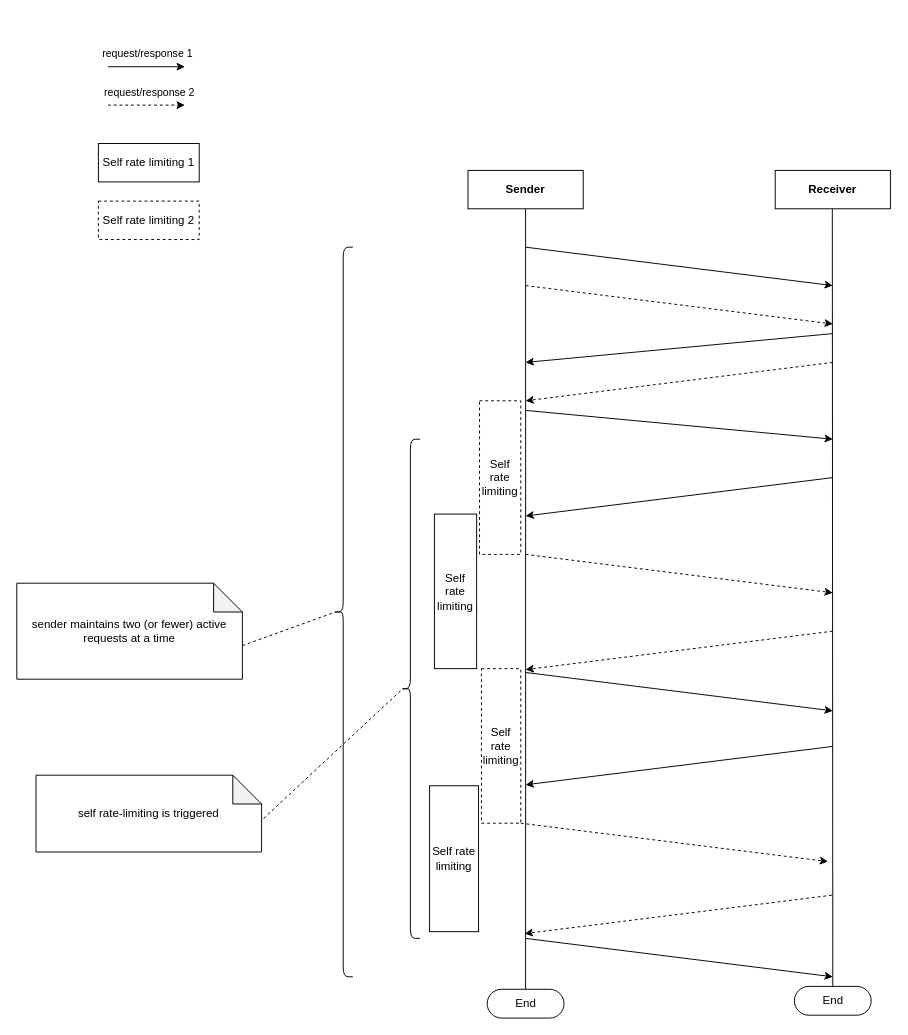
Earlier version of the draw.io diagram lighthouse/pr/pr_5923.drawio (ackintosh/sandbox). Source tidied: cells renumbered, new cells numbered last; positions are measured from the earlier drawing's top-left corner, leaving out a move shared by most shapes. Both pictures are drawn from the tidied source at 96%, with x=0, y=0 at pixel (16, 66).
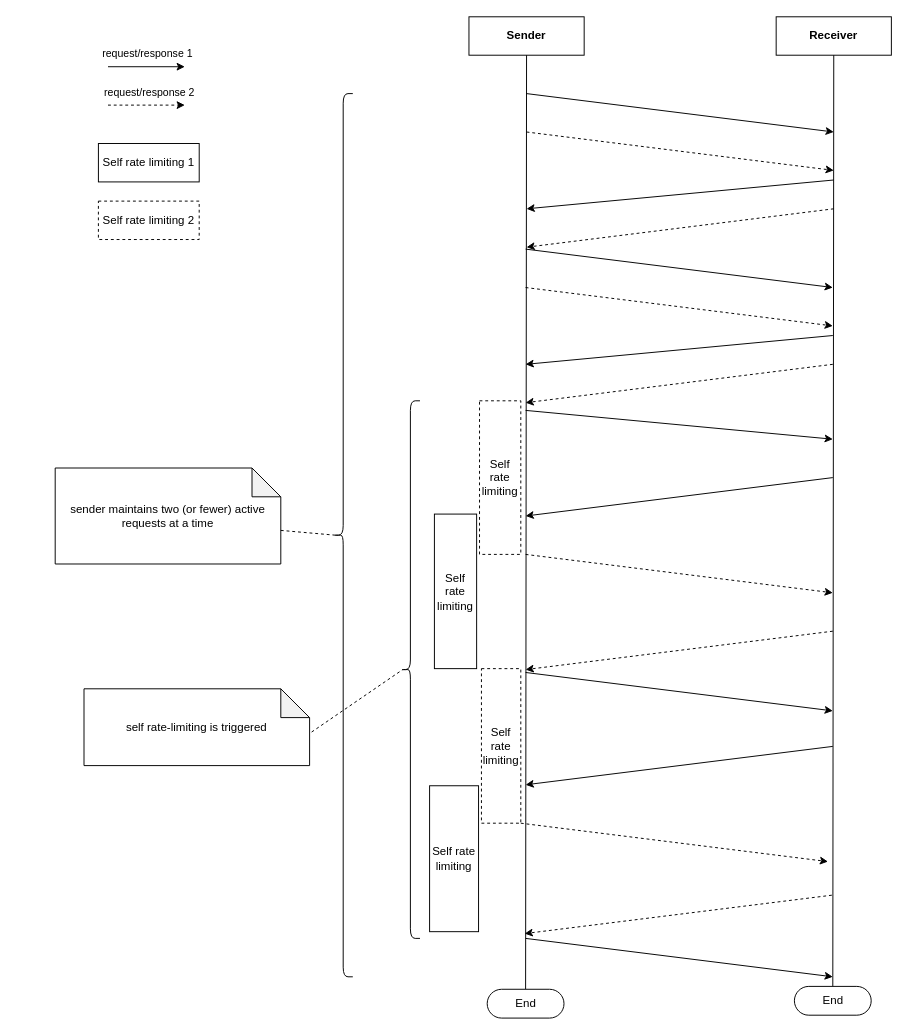
The same diagram, later.

The change refers to these unchanged cells:
```xml
<mxCell id="8" value="End" style="html=1;dashed=0;whitespace=wrap;shape=mxgraph.dfd.start;" parent="1" vertex="1">
  <mxGeometry x="810" y="958" width="80" height="30" as="geometry" />
</mxCell>
```

Diff of the diagram source:
```diff
@@
     <mxCell id="2" value="Sender" style="rounded=0;whiteSpace=wrap;html=1;fontStyle=1;" parent="1" vertex="1">
-      <mxGeometry x="470" y="108" width="120" height="40" as="geometry" />
+      <mxGeometry x="471" y="-52" width="120" height="40" as="geometry" />
     </mxCell>
     <mxCell id="3" value="Receiver" style="rounded=0;whiteSpace=wrap;html=1;fontStyle=1;" parent="1" vertex="1">
-      <mxGeometry x="790" y="108" width="120" height="40" as="geometry" />
+      <mxGeometry x="791" y="-52" width="120" height="40" as="geometry" />
     </mxCell>
@@
-    <mxCell id="5" style="endArrow=none;html=1;entryX=0.5;entryY=1;entryDx=0;entryDy=0;exitX=0.5;exitY=0.5;exitDx=0;exitDy=-15;exitPerimeter=0;" parent="1" edge="1" source="8">
-      <mxGeometry relative="1" as="geometry">
-        <mxPoint x="849.5" y="148" as="targetPoint" />
-      </mxGeometry>
+    <mxCell id="5" style="endArrow=none;html=1;entryX=0.5;entryY=1;entryDx=0;entryDy=0;exitX=0.5;exitY=0.5;exitDx=0;exitDy=-15;exitPerimeter=0;" parent="1" edge="1" source="8" target="3">
+      <mxGeometry relative="1" as="geometry" />
     </mxCell>
     <mxCell id="6" value="sender maintains two (or fewer) active requests at a time" style="shape=note;whiteSpace=wrap;html=1;backgroundOutline=1;darkOpacity=0.05;" parent="1" vertex="1">
-      <mxGeometry y="538" width="235" height="100" as="geometry" />
+      <mxGeometry x="40" y="418" width="235" height="100" as="geometry" />
     </mxCell>
@@
     <mxCell id="9" style="endArrow=classic;html=1;" parent="1" edge="1">
       <mxGeometry relative="1" as="geometry">
-        <mxPoint x="530" y="188" as="sourcePoint" />
-        <mxPoint x="850" y="228" as="targetPoint" />
+        <mxPoint x="531" y="28" as="sourcePoint" />
+        <mxPoint x="851" y="68" as="targetPoint" />
       </mxGeometry>
     </mxCell>
     <mxCell id="10" style="endArrow=classic;html=1;dashed=1;" parent="1" edge="1">
       <mxGeometry relative="1" as="geometry">
-        <mxPoint x="530" y="228" as="sourcePoint" />
-        <mxPoint x="850" y="268" as="targetPoint" />
+        <mxPoint x="531" y="68" as="sourcePoint" />
+        <mxPoint x="851" y="108" as="targetPoint" />
       </mxGeometry>
     </mxCell>
     <mxCell id="11" style="endArrow=classic;html=1;" parent="1" edge="1">
       <mxGeometry relative="1" as="geometry">
-        <mxPoint x="850" y="278" as="sourcePoint" />
-        <mxPoint x="530" y="308" as="targetPoint" />
+        <mxPoint x="851" y="118" as="sourcePoint" />
+        <mxPoint x="531" y="148" as="targetPoint" />
       </mxGeometry>
     </mxCell>
     <mxCell id="12" style="endArrow=classic;html=1;dashed=1;" parent="1" edge="1">
       <mxGeometry relative="1" as="geometry">
-        <mxPoint x="850" y="308" as="sourcePoint" />
-        <mxPoint x="530" y="348" as="targetPoint" />
+        <mxPoint x="851" y="148" as="sourcePoint" />
+        <mxPoint x="531" y="188" as="targetPoint" />
       </mxGeometry>
     </mxCell>
@@
     <mxCell id="32" style="shape=curlyBracket;whiteSpace=wrap;html=1;rounded=1;labelPosition=left;verticalLabelPosition=middle;align=right;verticalAlign=middle;" parent="1" vertex="1">
-      <mxGeometry x="330" y="188" width="20" height="760" as="geometry" />
+      <mxGeometry x="330" y="28" width="20" height="920" as="geometry" />
     </mxCell>
     <mxCell id="33" style="shape=curlyBracket;whiteSpace=wrap;html=1;rounded=1;labelPosition=left;verticalLabelPosition=middle;align=right;verticalAlign=middle;" parent="1" vertex="1">
-      <mxGeometry x="400" y="388" width="20" height="520" as="geometry" />
+      <mxGeometry x="400" y="348" width="20" height="560" as="geometry" />
     </mxCell>
     <mxCell id="34" value="self rate-limiting is triggered" style="shape=note;whiteSpace=wrap;html=1;backgroundOutline=1;darkOpacity=0.05;" parent="1" vertex="1">
-      <mxGeometry x="20" y="738" width="235" height="80" as="geometry" />
+      <mxGeometry x="70" y="648" width="235" height="80" as="geometry" />
     </mxCell>
@@
+    <mxCell id="37" style="endArrow=classic;html=1;" parent="1" edge="1">
+      <mxGeometry relative="1" as="geometry">
+        <mxPoint x="530" y="190" as="sourcePoint" />
+        <mxPoint x="850" y="230" as="targetPoint" />
+      </mxGeometry>
+    </mxCell>
+    <mxCell id="38" style="endArrow=classic;html=1;dashed=1;" parent="1" edge="1">
+      <mxGeometry relative="1" as="geometry">
+        <mxPoint x="530" y="230" as="sourcePoint" />
+        <mxPoint x="850" y="270" as="targetPoint" />
+      </mxGeometry>
+    </mxCell>
+    <mxCell id="39" style="endArrow=classic;html=1;" parent="1" edge="1">
+      <mxGeometry relative="1" as="geometry">
+        <mxPoint x="850" y="280" as="sourcePoint" />
+        <mxPoint x="530" y="310" as="targetPoint" />
+      </mxGeometry>
+    </mxCell>
+    <mxCell id="40" style="endArrow=classic;html=1;dashed=1;" parent="1" edge="1">
+      <mxGeometry relative="1" as="geometry">
+        <mxPoint x="850" y="310" as="sourcePoint" />
+        <mxPoint x="530" y="350" as="targetPoint" />
+      </mxGeometry>
+    </mxCell>
```
